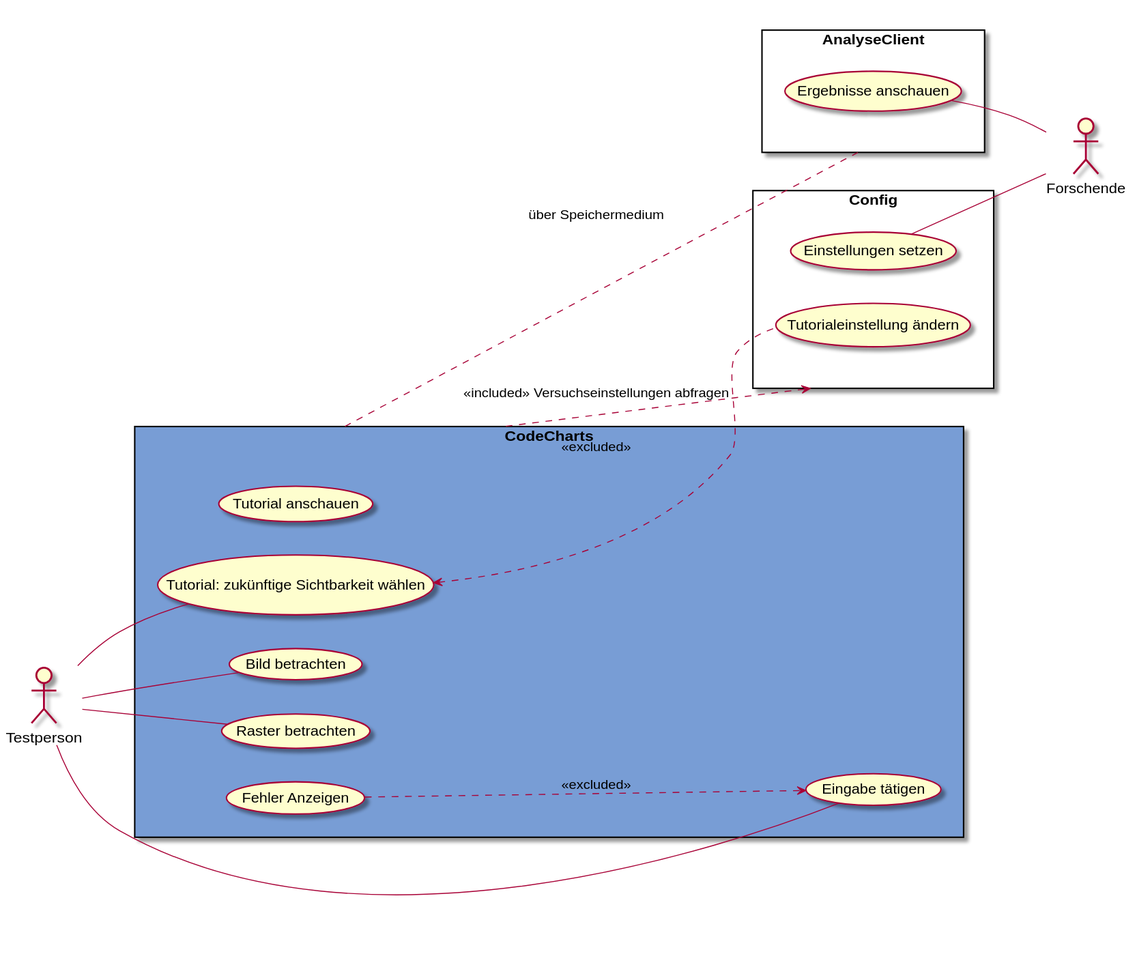
weichware10/meilensteine keeps this PlantUML diagram as meilenstein_05/usecase-CodeCharts/usecase-CodeCharts.svg. Above is the earlier version.
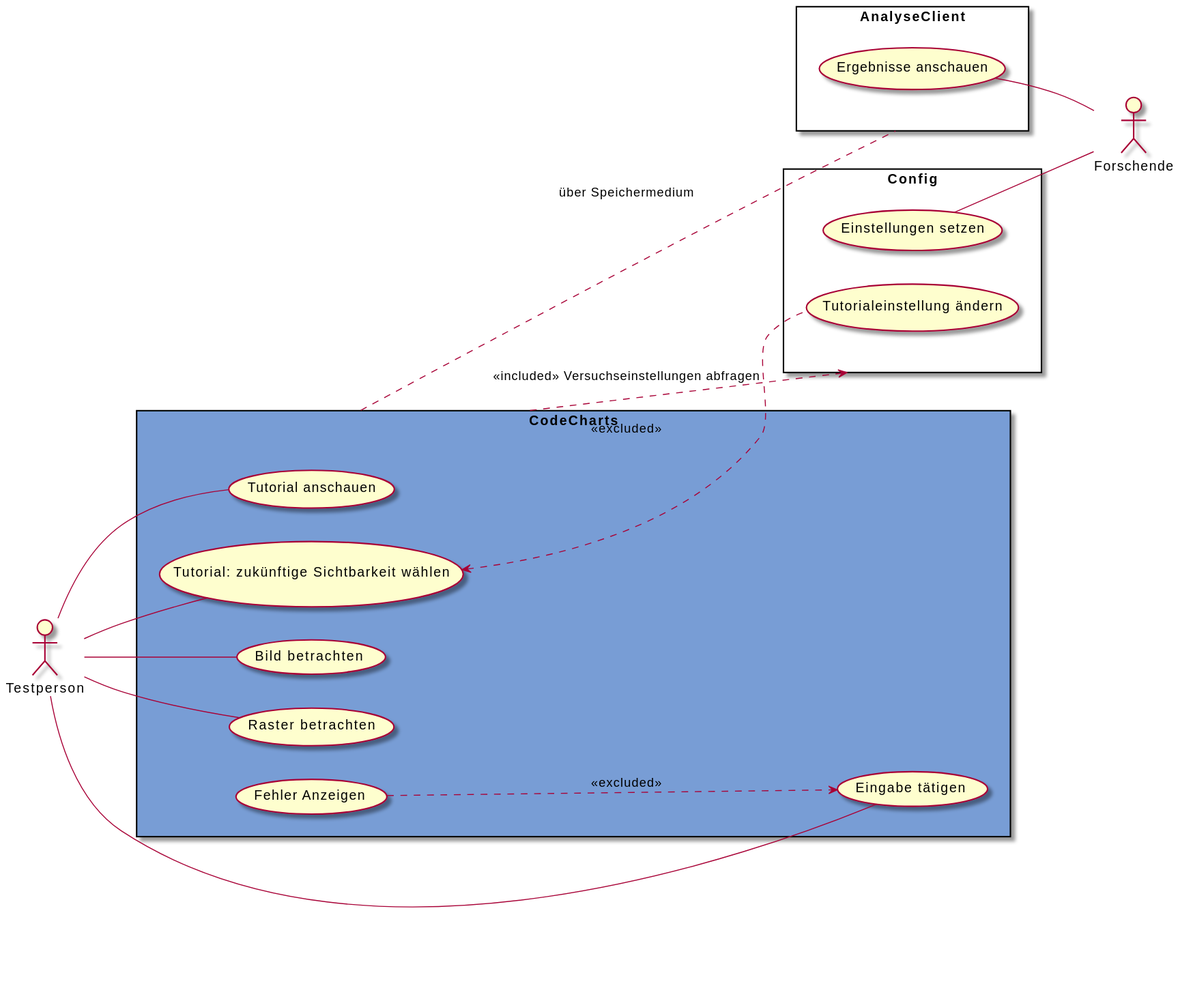
After the change.

Commit message:
rendered SVGs

What changed in the source:
```diff
@@ -1,4 +1,4 @@
-@startuml CodeCharts
+@startuml
 left to right direction
 
 actor Testperson as t
@@ -22,6 +22,7 @@
     usecase "Tutorialeinstellung ändern" as tä
 }
 
+t -- td
 t -- tw
 t -- bb
 t -- rb
@@ -34,6 +35,4 @@
 z .. a : über Speichermedium
 z ..> c : <<included>> Versuchseinstellungen abfragen
 fa ..> et : <<excluded>>
-
-
 @enduml
```
